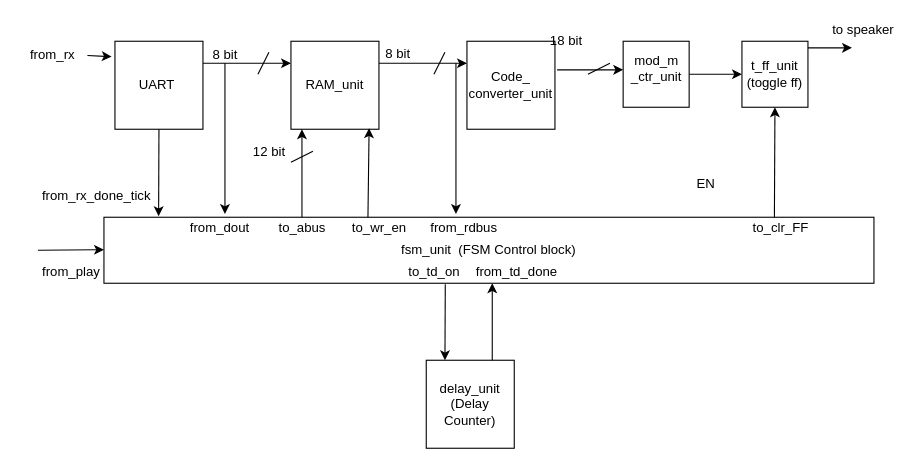
Before: page "fsm_block_diagram" (1 of 2) of CCW1_MusicBox/Music_box_victor/diagram/ccw_music_player.drawio in vj-hansen/SHC4300-Group-2, a draw.io diagram. Source tidied: cells renumbered, new cells numbered last; positions are measured from the earlier drawing's top-left corner, leaving out a move shared by most shapes. Both pictures are drawn from the tidied source at 110%, with x=0, y=0 at pixel (19, 19).
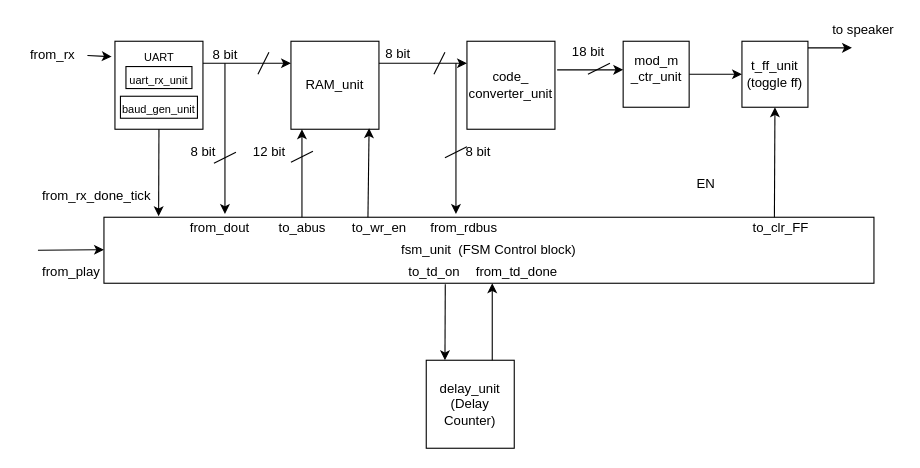
Above is the later version.

Diff of the diagram source:
```diff
@@
-    <mxCell id="3" value="UART&amp;nbsp;" style="whiteSpace=wrap;html=1;" parent="1" vertex="1">
+    <mxCell id="3" style="whiteSpace=wrap;html=1;" parent="1" vertex="1">
       <mxGeometry x="87" y="20" width="80" height="80" as="geometry" />
     </mxCell>
@@
-    <mxCell id="5" value="Code_&lt;br&gt;converter_unit" style="whiteSpace=wrap;html=1;" parent="1" vertex="1">
+    <mxCell id="5" value="code_&lt;br&gt;converter_unit" style="whiteSpace=wrap;html=1;" parent="1" vertex="1">
       <mxGeometry x="407" y="20" width="80" height="80" as="geometry" />
     </mxCell>
@@
     <mxCell id="34" value="18 bit" style="text;html=1;align=center;verticalAlign=middle;" parent="1" vertex="1">
-      <mxGeometry x="477" y="10" width="40" height="20" as="geometry" />
+      <mxGeometry x="497" y="20" width="40" height="20" as="geometry" />
     </mxCell>
@@
+    <mxCell id="47" style="endArrow=none;html=1;" parent="1" edge="1">
+      <mxGeometry relative="1" as="geometry">
+        <mxPoint x="407" y="116" as="sourcePoint" />
+        <mxPoint x="387" y="126" as="targetPoint" />
+      </mxGeometry>
+    </mxCell>
+    <mxCell id="48" style="endArrow=none;html=1;" parent="1" edge="1">
+      <mxGeometry relative="1" as="geometry">
+        <mxPoint x="197" y="121" as="sourcePoint" />
+        <mxPoint x="177" y="131" as="targetPoint" />
+      </mxGeometry>
+    </mxCell>
+    <mxCell id="49" value="8 bit&lt;br&gt;" style="text;html=1;align=center;verticalAlign=middle;" parent="1" vertex="1">
+      <mxGeometry x="147" y="111" width="40" height="20" as="geometry" />
+    </mxCell>
+    <mxCell id="50" value="8 bit&lt;br&gt;" style="text;html=1;align=center;verticalAlign=middle;" parent="1" vertex="1">
+      <mxGeometry x="397" y="111" width="40" height="20" as="geometry" />
+    </mxCell>
+    <mxCell id="51" value="&lt;font size=&quot;1&quot;&gt;UART&lt;/font&gt;" style="text;html=1;align=center;verticalAlign=middle;fontSize=16;" parent="1" vertex="1">
+      <mxGeometry x="107" y="17" width="40" height="30" as="geometry" />
+    </mxCell>
+    <mxCell id="52" value="&lt;font size=&quot;1&quot;&gt;uart_rx_unit&lt;/font&gt;" style="rounded=0;whiteSpace=wrap;html=1;fillColor=none;fontSize=16;" parent="1" vertex="1">
+      <mxGeometry x="97" y="43" width="60" height="20" as="geometry" />
+    </mxCell>
+    <mxCell id="53" value="&lt;font size=&quot;1&quot;&gt;baud_gen_unit&lt;/font&gt;" style="rounded=0;whiteSpace=wrap;html=1;fillColor=none;fontSize=16;" parent="1" vertex="1">
+      <mxGeometry x="92" y="70" width="70" height="20" as="geometry" />
+    </mxCell>
```
